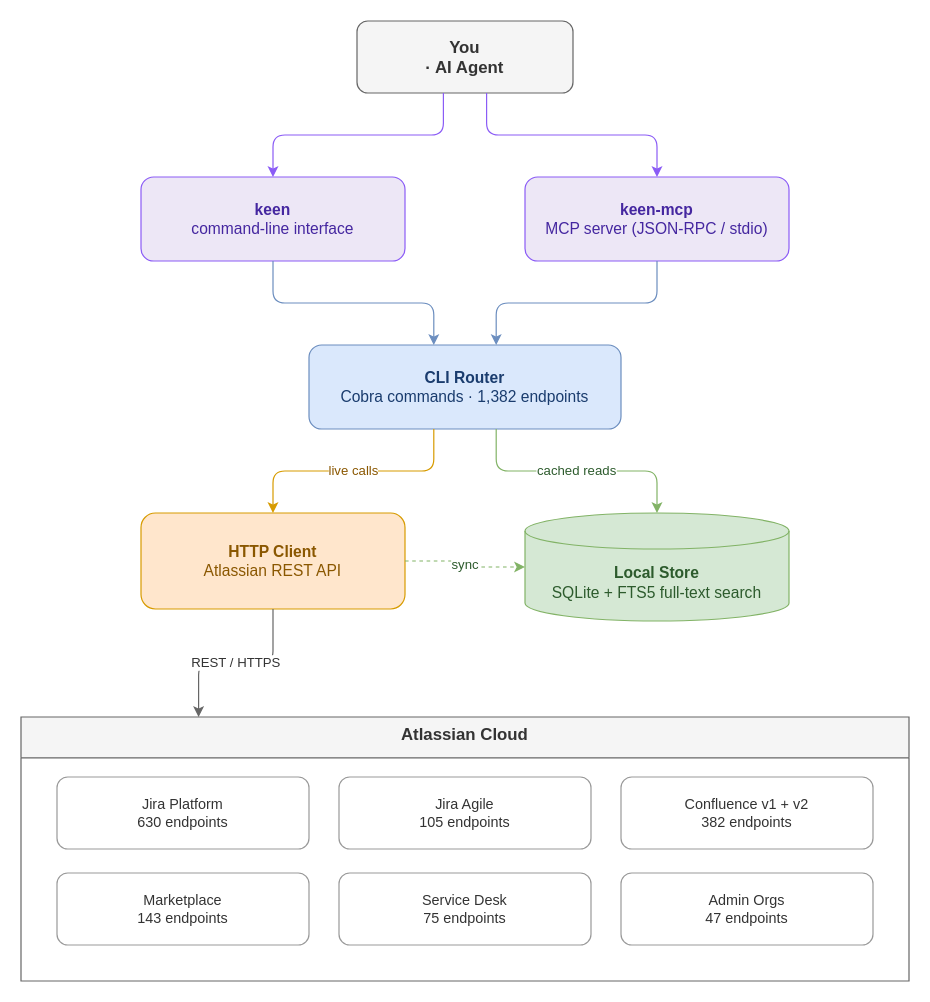
Above: docs/diagrams/architecture.drawio in imogenlabs/keen (draw.io), before the change. Source tidied: cells renumbered, new cells numbered last; positions are measured from the earlier drawing's top-left corner, leaving out a move shared by most shapes. Both pictures are drawn from the tidied source at 120%, with x=0, y=0 at pixel (20, 20).
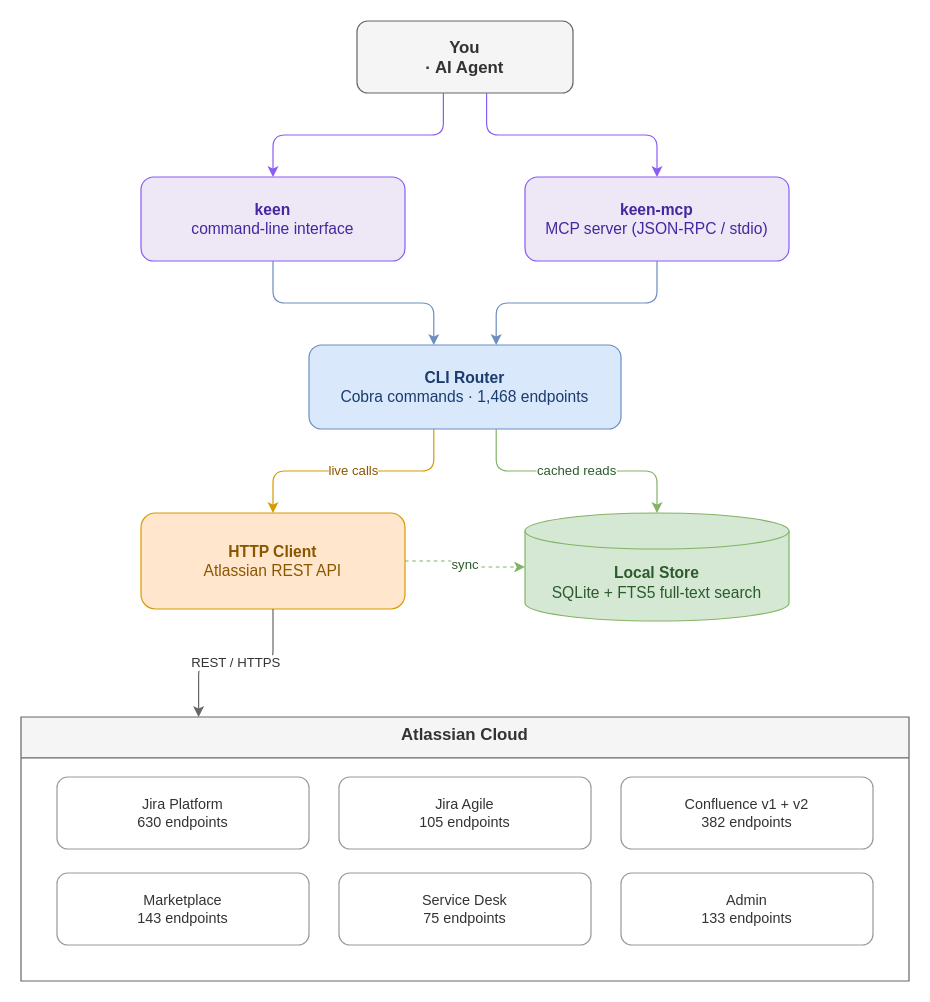
After the change.

Unchanged cells that the change refers to:
```xml
<mxCell id="8" value="Atlassian Cloud" style="swimlane;startSize=34;whiteSpace=wrap;html=1;fillColor=#f5f5f5;strokeColor=#666666;fontColor=#333333;fontSize=14;fontStyle=1;verticalAlign=top;" parent="1" vertex="1">
  <mxGeometry y="580" width="740" height="220" as="geometry" />
</mxCell>
```

The edit, as a diff of the source:
```diff
@@
-    <mxCell id="5" value="&lt;b&gt;CLI Router&lt;/b&gt;&#10;Cobra commands · 1,382 endpoints" style="rounded=1;whiteSpace=wrap;html=1;fillColor=#dae8fc;strokeColor=#6c8ebf;fontColor=#1a3c6e;fontSize=13;" parent="1" vertex="1">
+    <mxCell id="5" value="&lt;b&gt;CLI Router&lt;/b&gt;&#10;Cobra commands · 1,468 endpoints" style="rounded=1;whiteSpace=wrap;html=1;fillColor=#dae8fc;strokeColor=#6c8ebf;fontColor=#1a3c6e;fontSize=13;" parent="1" vertex="1">
       <mxGeometry x="240" y="270" width="260" height="70" as="geometry" />
     </mxCell>
@@
-    <mxCell id="14" value="Admin Orgs&#10;47 endpoints" style="rounded=1;whiteSpace=wrap;html=1;fillColor=#ffffff;strokeColor=#999999;fontColor=#333333;fontSize=12;" parent="8" vertex="1">
+    <mxCell id="14" value="Admin&#10;133 endpoints" style="rounded=1;whiteSpace=wrap;html=1;fillColor=#ffffff;strokeColor=#999999;fontColor=#333333;fontSize=12;" parent="8" vertex="1">
       <mxGeometry x="500" y="130" width="210" height="60" as="geometry" />
     </mxCell>
```
